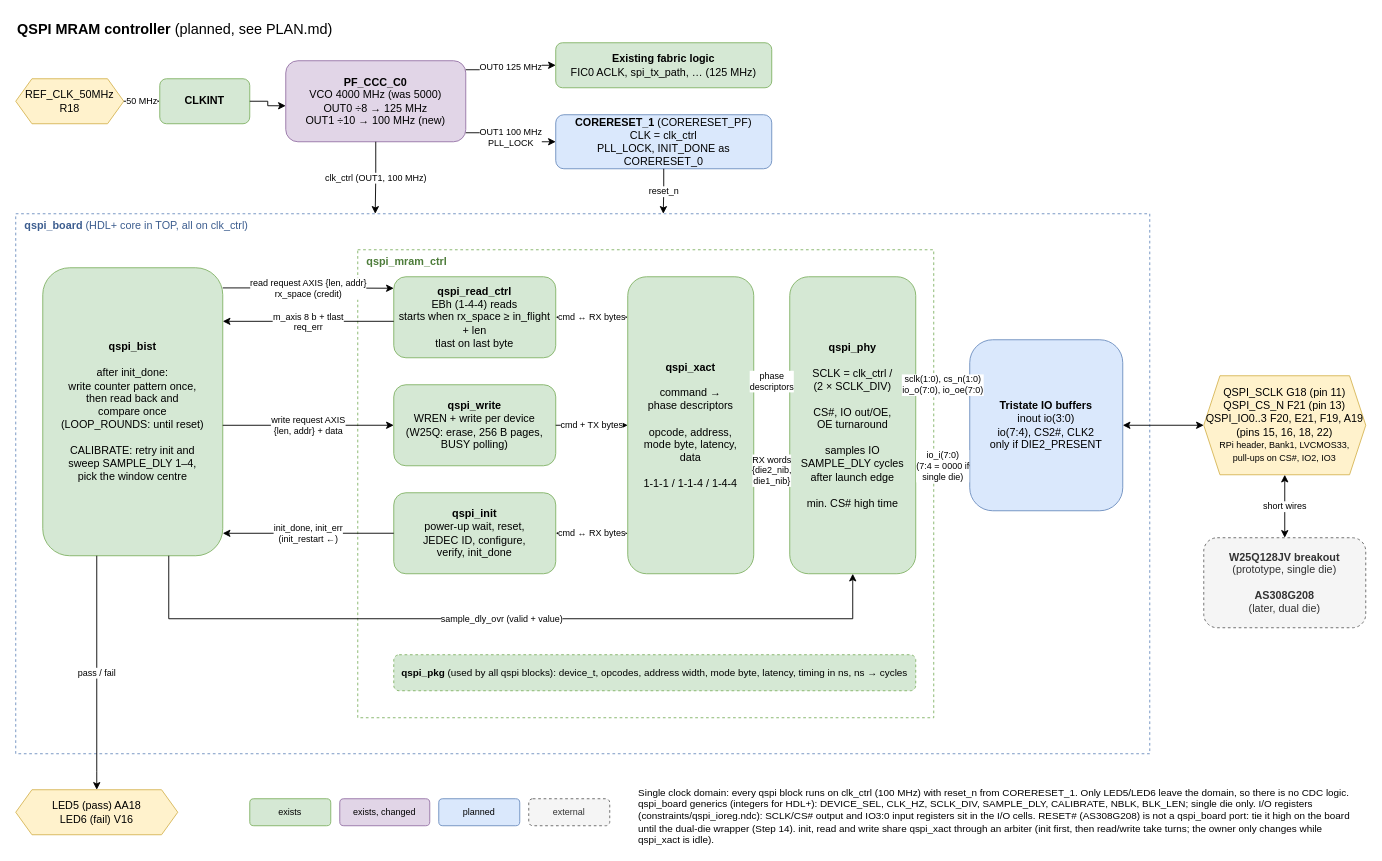
This is documentation/qspi_controller.drawio from jenswilly/polarfire_simple, a draw.io file, before an edit. Source tidied: cells renumbered, new cells numbered last; positions are measured from the earlier drawing's top-left corner, leaving out a move shared by most shapes. Both pictures are drawn from the tidied source at 90%, with x=0, y=0 at pixel (15, 15).
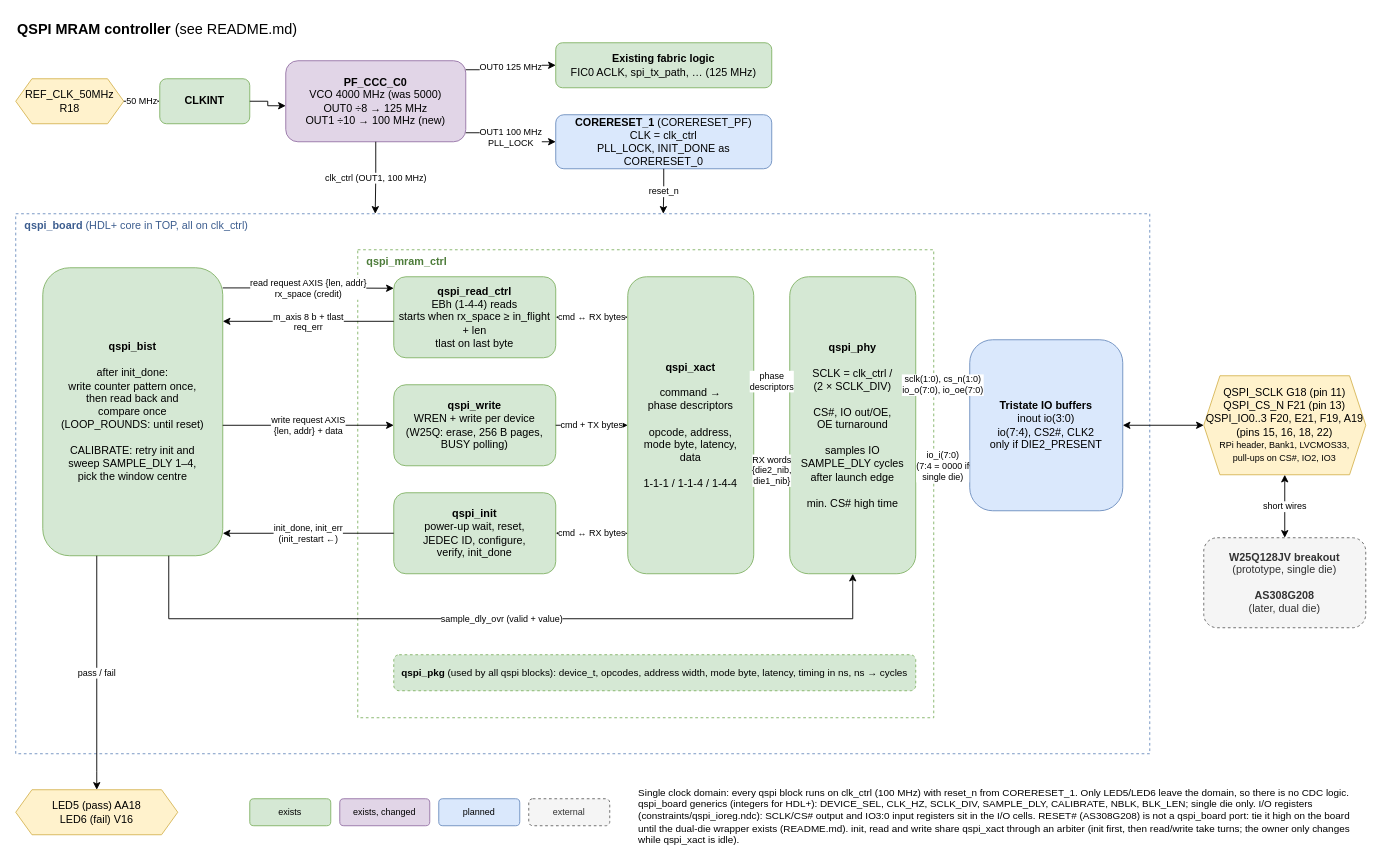
The same diagram, later.

What changed in the source:
```diff
@@
-    <mxCell id="2" value="&lt;b&gt;QSPI MRAM controller&lt;/b&gt; (planned, see PLAN.md)" style="text;html=1;align=left;verticalAlign=middle;fontSize=16;" parent="1" vertex="1">
+    <mxCell id="2" value="&lt;b&gt;QSPI MRAM controller&lt;/b&gt; (see README.md)" style="text;html=1;align=left;verticalAlign=middle;fontSize=16;" parent="1" vertex="1">
       <mxGeometry width="600" height="30" as="geometry" />
     </mxCell>
@@
-    <mxCell id="46" value="Single clock domain: every qspi block runs on clk_ctrl (100 MHz) with reset_n from CORERESET_1. Only LED5/LED6 leave the domain, so there is no CDC logic. qspi_board generics (integers for HDL+): DEVICE_SEL, CLK_HZ, SCLK_DIV, SAMPLE_DLY, CALIBRATE, NBLK, BLK_LEN; single die only. I/O registers (constraints/qspi_ioreg.ndc): SCLK/CS# output and IO3:0 input registers sit in the I/O cells. RESET# (AS308G208) is not a qspi_board port: tie it high on the board until the dual-die wrapper (Step 14). init, read and write share qspi_xact through an arbiter (init first, then read/write take turns; the owner only changes while qspi_xact is idle)." style="text;html=1;align=left;verticalAlign=top;whiteSpace=wrap;fontSize=11;" parent="1" vertex="1">
+    <mxCell id="46" value="Single clock domain: every qspi block runs on clk_ctrl (100 MHz) with reset_n from CORERESET_1. Only LED5/LED6 leave the domain, so there is no CDC logic. qspi_board generics (integers for HDL+): DEVICE_SEL, CLK_HZ, SCLK_DIV, SAMPLE_DLY, CALIBRATE, NBLK, BLK_LEN; single die only. I/O registers (constraints/qspi_ioreg.ndc): SCLK/CS# output and IO3:0 input registers sit in the I/O cells. RESET# (AS308G208) is not a qspi_board port: tie it high on the board until the dual-die wrapper exists (README.md). init, read and write share qspi_xact through an arbiter (init first, then read/write take turns; the owner only changes while qspi_xact is idle)." style="text;html=1;align=left;verticalAlign=top;whiteSpace=wrap;fontSize=11;" parent="1" vertex="1">
       <mxGeometry x="690" y="850" width="810" height="60" as="geometry" />
     </mxCell>
```
